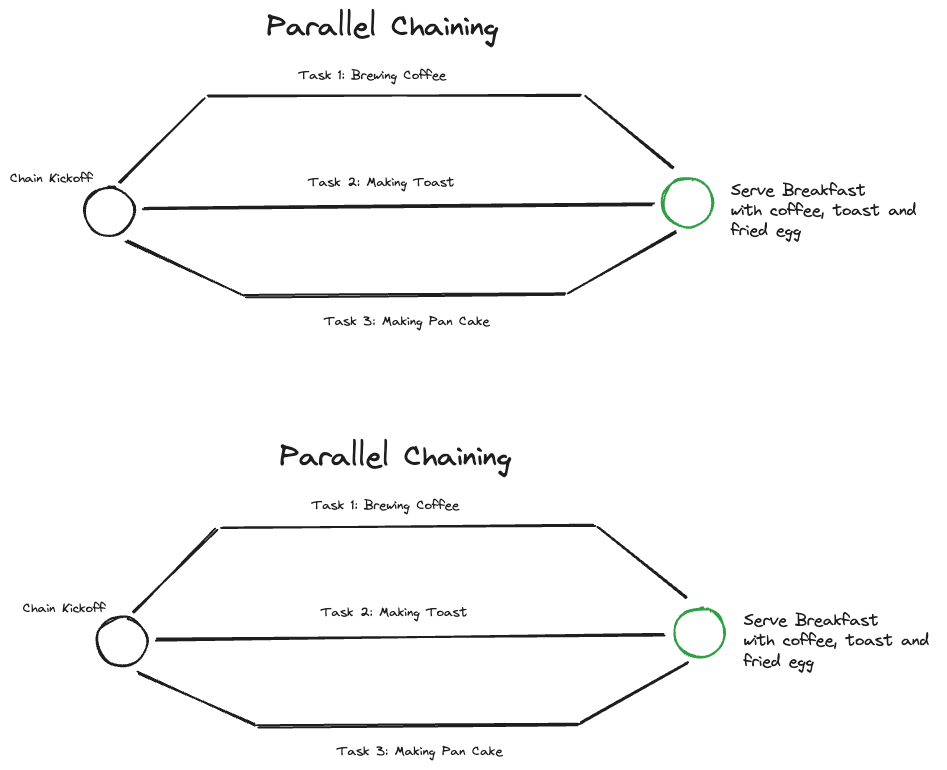
This is Langchain-v1/3_chains/draw.excalidraw.png from theeeep/langchain-ai, a Excalidraw export, as it was before one commit. Source tidied: one line per element, renumbered; positions are measured from the earlier drawing's top-left corner, leaving out a move shared by most shapes.
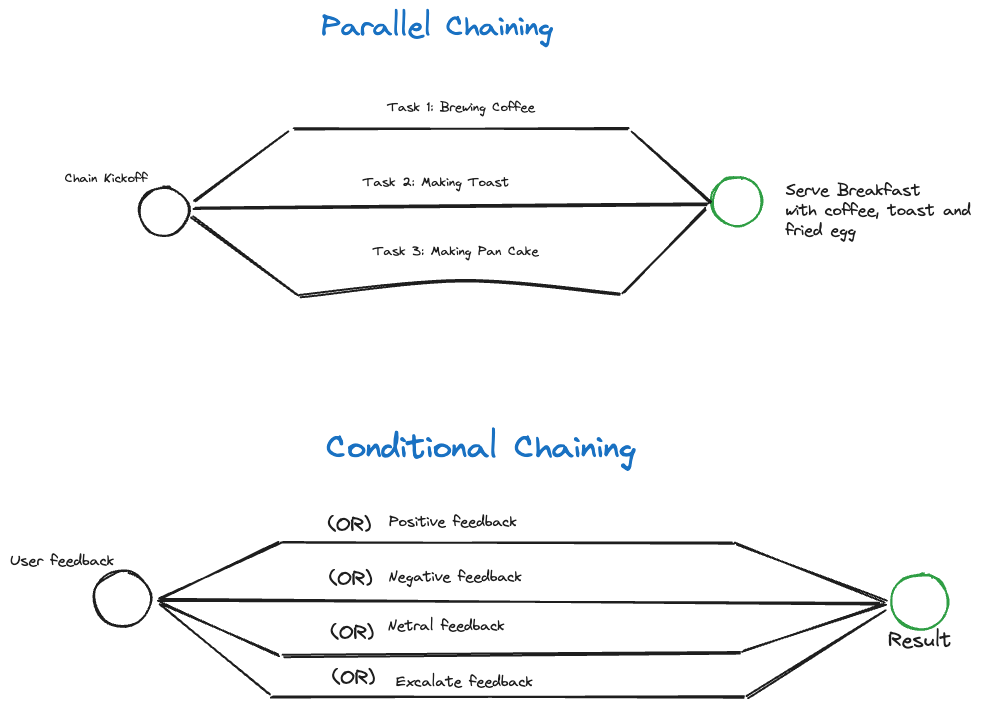
After the change.

The edit, as a diff of the source:
```diff
@@ -1,30 +1,38 @@
-{"id": 0, "type": "text", "text": "Parallel Chaining", "strokeColor": "#1e1e1e", "strokeWidth": 2, "roughness": 1, "fontSize": 29.19, "fontFamily": 1, "x": 257, "y": 0, "width": 232, "height": 36}
+{"id": 0, "type": "text", "text": "Parallel Chaining", "strokeColor": "#1971c2", "strokeWidth": 2, "roughness": 1, "fontSize": 29.19, "fontFamily": 1, "x": 220, "y": 300, "width": 232, "height": 36}
-{"id": 1, "type": "ellipse", "strokeColor": "#1e1e1e", "strokeWidth": 2, "roughness": 1, "round": true, "x": 74, "y": 177, "width": 50, "height": 49}
+{"id": 1, "type": "ellipse", "strokeColor": "#1e1e1e", "strokeWidth": 2, "roughness": 1, "round": true, "x": 38, "y": 477, "width": 50, "height": 49}
-{"id": 2, "type": "ellipse", "strokeColor": "#2f9e44", "strokeWidth": 2, "roughness": 1, "round": true, "x": 652, "y": 168, "width": 50, "height": 49}
+{"id": 2, "type": "ellipse", "strokeColor": "#2f9e44", "strokeWidth": 2, "roughness": 1, "round": true, "x": 610, "y": 467, "width": 50, "height": 49}
-{"id": 3, "type": "line", "strokeColor": "#1e1e1e", "strokeWidth": 2, "roughness": 1, "round": true, "x": 134, "y": 200, "width": 509, "height": 5, "points": [[0, 0], [509, -5]]}
+{"id": 3, "type": "line", "strokeColor": "#1e1e1e", "strokeWidth": 2, "roughness": 1, "round": true, "x": 93, "y": 499, "width": 513, "height": 5, "points": [[0, 0], [513, -5]]}
-{"id": 4, "type": "line", "strokeColor": "#1e1e1e", "strokeWidth": 2, "roughness": 1, "round": true, "x": 199, "y": 87, "width": 373, "height": 2, "points": [[0, 0], [373, -2]]}
+{"id": 4, "type": "line", "strokeColor": "#1e1e1e", "strokeWidth": 2, "roughness": 1, "round": true, "x": 193, "y": 420, "width": 334, "height": 1, "points": [[0, 0], [334, -1]]}
-{"id": 5, "type": "line", "strokeColor": "#1e1e1e", "strokeWidth": 2, "roughness": 1, "round": true, "x": 235, "y": 286, "width": 319, "height": 2, "points": [[0, 0], [319, -2]]}
+{"id": 5, "type": "line", "strokeColor": "#1e1e1e", "strokeWidth": 2, "roughness": 1, "round": true, "x": 198, "y": 586, "width": 319, "height": 16, "points": [[0, 0], [163, -16], [319, -2]]}
-{"id": 6, "type": "line", "strokeColor": "#1e1e1e", "strokeWidth": 2, "roughness": 1, "round": true, "x": 110, "y": 172, "width": 83, "height": 83, "points": [[0, 0], [83, -83]]}
+{"id": 6, "type": "line", "strokeColor": "#1e1e1e", "strokeWidth": 2, "roughness": 1, "round": true, "x": 94, "y": 491, "width": 92, "height": 69, "points": [[0, 0], [92, -69]]}
-{"id": 7, "type": "line", "strokeColor": "#1e1e1e", "strokeWidth": 2, "roughness": 1, "round": true, "x": 116, "y": 232, "width": 117, "height": 53, "points": [[0, 0], [117, 53]]}
+{"id": 7, "type": "line", "strokeColor": "#1e1e1e", "strokeWidth": 2, "roughness": 1, "round": true, "x": 90, "y": 508, "width": 106, "height": 77, "points": [[0, 0], [106, 77]]}
-{"id": 8, "type": "line", "strokeColor": "#1e1e1e", "strokeWidth": 2, "roughness": 1, "round": true, "x": 576, "y": 87, "width": 88, "height": 71, "points": [[0, 0], [88, 71]]}
+{"id": 8, "type": "line", "strokeColor": "#1e1e1e", "strokeWidth": 2, "roughness": 1, "round": true, "x": 531, "y": 423, "width": 79, "height": 70, "points": [[0, 0], [79, 70]]}
-{"id": 9, "type": "line", "strokeColor": "#1e1e1e", "strokeWidth": 2, "roughness": 1, "round": true, "x": 558, "y": 283, "width": 107, "height": 61, "points": [[0, 0], [107, -61]]}
+{"id": 9, "type": "line", "strokeColor": "#1e1e1e", "strokeWidth": 2, "roughness": 1, "round": true, "x": 521, "y": 583, "width": 82, "height": 84, "points": [[0, 0], [82, -84]]}
-{"id": 10, "type": "text", "text": "Task 1: Brewing Coffee", "strokeColor": "#1e1e1e", "strokeWidth": 2, "roughness": 1, "fontSize": 13.08, "fontFamily": 1, "x": 289, "y": 58, "width": 147, "height": 16}
+{"id": 10, "type": "text", "text": "Task 1: Brewing Coffee", "strokeColor": "#1e1e1e", "strokeWidth": 2, "roughness": 1, "fontSize": 13.08, "fontFamily": 1, "x": 286, "y": 390, "width": 147, "height": 16}
-{"id": 11, "type": "text", "text": "Task 2: Making Toast", "strokeColor": "#1e1e1e", "strokeWidth": 2, "roughness": 1, "fontSize": 13.08, "fontFamily": 1, "x": 298, "y": 165, "width": 146, "height": 16}
+{"id": 11, "type": "text", "text": "Task 2: Making Toast", "strokeColor": "#1e1e1e", "strokeWidth": 2, "roughness": 1, "fontSize": 13.08, "fontFamily": 1, "x": 261, "y": 465, "width": 146, "height": 16}
-{"id": 12, "type": "text", "text": "Task 3: Making Pan Cake", "strokeColor": "#1e1e1e", "strokeWidth": 2, "roughness": 1, "fontSize": 13.08, "fontFamily": 1, "x": 314, "y": 304, "width": 166, "height": 16}
+{"id": 12, "type": "text", "text": "Task 3: Making Pan Cake", "strokeColor": "#1e1e1e", "strokeWidth": 2, "roughness": 1, "fontSize": 13.08, "fontFamily": 1, "x": 272, "y": 534, "width": 166, "height": 16}
-{"id": 13, "type": "text", "text": "Chain Kickoff", "strokeColor": "#1e1e1e", "strokeWidth": 2, "roughness": 1, "fontSize": 13.08, "fontFamily": 1, "x": 0, "y": 161, "width": 83, "height": 16}
+{"id": 13, "type": "text", "text": "Chain Kickoff", "strokeColor": "#1e1e1e", "strokeWidth": 2, "roughness": 1, "fontSize": 13.08, "fontFamily": 1, "x": -37, "y": 461, "width": 83, "height": 16}
-{"id": 14, "type": "text", "text": "Serve Breakfast \nwith coffee, toast and \nfried egg", "strokeColor": "#1e1e1e", "strokeWidth": 2, "roughness": 1, "fontSize": 16.3, "fontFamily": 1, "x": 721, "y": 170, "width": 193, "height": 61}
+{"id": 14, "type": "text", "text": "Serve Breakfast \nwith coffee, toast and \nfried egg", "strokeColor": "#1e1e1e", "strokeWidth": 2, "roughness": 1, "fontSize": 16.3, "fontFamily": 1, "x": 684, "y": 470, "width": 193, "height": 61}
-{"id": 15, "type": "text", "text": "Parallel Chaining", "strokeColor": "#1e1e1e", "strokeWidth": 2, "roughness": 1, "fontSize": 29.19, "fontFamily": 1, "x": 270, "y": 430, "width": 232, "height": 36}
+{"id": 15, "type": "text", "text": "Conditional Chaining", "strokeColor": "#1971c2", "strokeWidth": 2, "roughness": 1, "fontSize": 33.05, "fontFamily": 1, "x": 225, "y": 718, "width": 309, "height": 41}
-{"id": 16, "type": "ellipse", "strokeColor": "#1e1e1e", "strokeWidth": 2, "roughness": 1, "round": true, "x": 87, "y": 607, "width": 50, "height": 49}
+{"id": 16, "type": "ellipse", "strokeColor": "#1e1e1e", "strokeWidth": 2, "roughness": 1, "round": true, "x": -7, "y": 861, "width": 57, "height": 56}
-{"id": 17, "type": "ellipse", "strokeColor": "#2f9e44", "strokeWidth": 2, "roughness": 1, "round": true, "x": 665, "y": 598, "width": 50, "height": 49}
+{"id": 17, "type": "ellipse", "strokeColor": "#2f9e44", "strokeWidth": 2, "roughness": 1, "round": true, "x": 790, "y": 864, "width": 57, "height": 56}
-{"id": 18, "type": "line", "strokeColor": "#1e1e1e", "strokeWidth": 2, "roughness": 1, "round": true, "x": 146, "y": 630, "width": 509, "height": 5, "points": [[0, 0], [509, -5]]}
+{"id": 18, "type": "line", "strokeColor": "#1e1e1e", "strokeWidth": 2, "roughness": 1, "round": true, "x": 57, "y": 890, "width": 723, "height": 4, "points": [[0, 0], [723, 4]]}
-{"id": 19, "type": "line", "strokeColor": "#1e1e1e", "strokeWidth": 2, "roughness": 1, "round": true, "x": 211, "y": 517, "width": 373, "height": 2, "points": [[0, 0], [373, -2]]}
+{"id": 19, "type": "line", "strokeColor": "#1e1e1e", "strokeWidth": 2, "roughness": 1, "round": true, "x": 180, "y": 832, "width": 451, "height": 1, "points": [[0, 0], [451, 1]]}
-{"id": 20, "type": "line", "strokeColor": "#1e1e1e", "strokeWidth": 2, "roughness": 1, "round": true, "x": 248, "y": 716, "width": 319, "height": 2, "points": [[0, 0], [319, -2]]}
+{"id": 20, "type": "line", "strokeColor": "#1e1e1e", "strokeWidth": 2, "roughness": 1, "round": true, "x": 182, "y": 945, "width": 456, "height": 3, "points": [[0, 0], [456, -3]]}
-{"id": 21, "type": "line", "strokeColor": "#1e1e1e", "strokeWidth": 2, "roughness": 1, "round": true, "x": 123, "y": 603, "width": 83, "height": 83, "points": [[0, 0], [83, -83]]}
+{"id": 21, "type": "line", "strokeColor": "#1e1e1e", "strokeWidth": 2, "roughness": 1, "round": true, "x": 58, "y": 889, "width": 120, "height": 57, "points": [[0, 0], [120, -57]]}
-{"id": 22, "type": "line", "strokeColor": "#1e1e1e", "strokeWidth": 2, "roughness": 1, "round": true, "x": 129, "y": 662, "width": 117, "height": 53, "points": [[0, 0], [117, 53]]}
+{"id": 22, "type": "line", "strokeColor": "#1e1e1e", "strokeWidth": 2, "roughness": 1, "round": true, "x": 60, "y": 893, "width": 117, "height": 53, "points": [[0, 0], [117, 53]]}
-{"id": 23, "type": "line", "strokeColor": "#1e1e1e", "strokeWidth": 2, "roughness": 1, "round": true, "x": 589, "y": 517, "width": 88, "height": 71, "points": [[0, 0], [88, 71]]}
-{"id": 24, "type": "line", "strokeColor": "#1e1e1e", "strokeWidth": 2, "roughness": 1, "round": true, "x": 571, "y": 713, "width": 107, "height": 61, "points": [[0, 0], [107, -61]]}
-{"id": 25, "type": "text", "text": "Task 1: Brewing Coffee", "strokeColor": "#1e1e1e", "strokeWidth": 2, "roughness": 1, "fontSize": 13.08, "fontFamily": 1, "x": 302, "y": 488, "width": 147, "height": 16}
+{"id": 25, "type": "text", "text": "Positive feedback", "strokeColor": "#1e1e1e", "strokeWidth": 2, "roughness": 1, "fontSize": 14.81, "fontFamily": 1, "x": 288, "y": 804, "width": 128, "height": 19}
-{"id": 26, "type": "text", "text": "Task 2: Making Toast", "strokeColor": "#1e1e1e", "strokeWidth": 2, "roughness": 1, "fontSize": 13.08, "fontFamily": 1, "x": 311, "y": 595, "width": 146, "height": 16}
+{"id": 26, "type": "text", "text": "Negative feedback", "strokeColor": "#1e1e1e", "strokeWidth": 2, "roughness": 1, "fontSize": 14.81, "fontFamily": 1, "x": 287, "y": 859, "width": 134, "height": 19}
-{"id": 27, "type": "text", "text": "Task 3: Making Pan Cake", "strokeColor": "#1e1e1e", "strokeWidth": 2, "roughness": 1, "fontSize": 13.08, "fontFamily": 1, "x": 327, "y": 734, "width": 166, "height": 16}
+{"id": 27, "type": "text", "text": "Netral feedback", "strokeColor": "#1e1e1e", "strokeWidth": 2, "roughness": 1, "fontSize": 14.81, "fontFamily": 1, "x": 286, "y": 908, "width": 117, "height": 19}
-{"id": 28, "type": "text", "text": "Chain Kickoff", "strokeColor": "#1e1e1e", "strokeWidth": 2, "roughness": 1, "fontSize": 13.08, "fontFamily": 1, "x": 13, "y": 591, "width": 83, "height": 16}
+{"id": 28, "type": "text", "text": "User feedback", "strokeColor": "#1e1e1e", "strokeWidth": 2, "roughness": 1, "fontSize": 14.81, "fontFamily": 1, "x": -91, "y": 843, "width": 104, "height": 19}
-{"id": 29, "type": "text", "text": "Serve Breakfast \nwith coffee, toast and \nfried egg", "strokeColor": "#1e1e1e", "strokeWidth": 2, "roughness": 1, "fontSize": 16.3, "fontFamily": 1, "x": 734, "y": 601, "width": 193, "height": 61}
+{"id": 30, "type": "line", "strokeColor": "#1e1e1e", "strokeWidth": 2, "roughness": 1, "round": true, "x": 59, "y": 894, "width": 108, "height": 89, "points": [[0, 0], [108, 89]]}
+{"id": 31, "type": "line", "strokeColor": "#1e1e1e", "strokeWidth": 2, "roughness": 1, "round": true, "x": 170, "y": 988, "width": 472, "height": 1, "points": [[0, 0], [472, -1]]}
+{"id": 32, "type": "text", "text": "Excalate feedback", "strokeColor": "#1e1e1e", "strokeWidth": 2, "roughness": 1, "fontSize": 14.81, "fontFamily": 1, "x": 295, "y": 964, "width": 137, "height": 19}
+{"id": 33, "type": "text", "text": "Result", "strokeColor": "#1e1e1e", "strokeWidth": 2, "roughness": 1, "fontSize": 20, "fontFamily": 1, "x": 787, "y": 918, "width": 63, "height": 25}
+{"id": 34, "type": "line", "strokeColor": "#1e1e1e", "strokeWidth": 2, "roughness": 1, "round": true, "x": 634, "y": 834, "width": 150, "height": 58, "points": [[0, 0], [150, 58]]}
+{"id": 35, "type": "line", "strokeColor": "#1e1e1e", "strokeWidth": 2, "roughness": 1, "round": true, "x": 641, "y": 942, "width": 141, "height": 47, "points": [[0, 0], [141, -47]]}
+{"id": 36, "type": "line", "strokeColor": "#1e1e1e", "strokeWidth": 2, "roughness": 1, "round": true, "x": 646, "y": 987, "width": 139, "height": 86, "points": [[0, 0], [139, -86]]}
+{"id": 37, "type": "text", "text": "(OR)", "strokeColor": "#1e1e1e", "strokeWidth": 2, "roughness": 1, "fontSize": 20, "fontFamily": 1, "x": 226, "y": 803, "width": 43, "height": 25}
+{"id": 38, "type": "text", "text": "(OR)", "strokeColor": "#1e1e1e", "strokeWidth": 2, "roughness": 1, "fontSize": 20, "fontFamily": 1, "x": 228, "y": 857, "width": 43, "height": 25}
+{"id": 39, "type": "text", "text": "(OR)", "strokeColor": "#1e1e1e", "strokeWidth": 2, "roughness": 1, "fontSize": 20, "fontFamily": 1, "x": 229, "y": 911, "width": 43, "height": 25}
+{"id": 40, "type": "text", "text": "(OR)", "strokeColor": "#1e1e1e", "strokeWidth": 2, "roughness": 1, "fontSize": 20, "fontFamily": 1, "x": 230, "y": 956, "width": 43, "height": 25}
```
